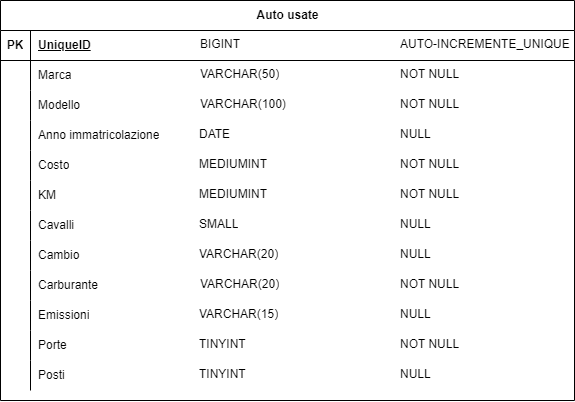
SaraG94/db-first keeps this draw.io diagram as Diagramma senza titolo.drawio.png. Above is the earlier version. Source tidied: cells renumbered, new cells last; positions are measured from the earlier drawing's top-left corner, leaving out a move shared by most shapes. Its diagram source:
```xml
<mxGraphModel>
  <root>
    <mxCell id="0" />
    <mxCell id="1" parent="0" />
    <mxCell id="2" value="Auto usate" style="shape=table;startSize=30;rowLines=0;fontStyle=1;align=center;html=1;" parent="1" vertex="1">
      <mxGeometry width="574" height="400" as="geometry" />
    </mxCell>
    <mxCell id="3" style="shape=tableRow;horizontal=0;startSize=0;swimlaneHead=0;swimlaneBody=0;fillColor=none;top=0;left=0;right=0;bottom=1;" parent="2" vertex="1">
      <mxGeometry y="30" width="574" height="30" as="geometry" />
    </mxCell>
    <mxCell id="4" value="PK" style="shape=partialRectangle;fillColor=none;top=0;left=0;bottom=0;right=0;fontStyle=1;overflow=hidden;whiteSpace=wrap;html=1;" parent="3" vertex="1">
      <mxGeometry width="30" height="30" as="geometry" />
    </mxCell>
    <mxCell id="5" value="UniqueID" style="shape=partialRectangle;fillColor=none;top=0;left=0;bottom=0;right=0;align=left;spacingLeft=6;fontStyle=5;overflow=hidden;whiteSpace=wrap;html=1;" parent="3" vertex="1">
      <mxGeometry x="30" width="544" height="30" as="geometry" />
    </mxCell>
    <mxCell id="6" style="shape=tableRow;horizontal=0;startSize=0;swimlaneHead=0;swimlaneBody=0;fillColor=none;top=0;left=0;right=0;bottom=0;" parent="2" vertex="1">
      <mxGeometry y="60" width="574" height="30" as="geometry" />
    </mxCell>
    <mxCell id="7" style="shape=partialRectangle;fillColor=none;top=0;left=0;bottom=0;right=0;overflow=hidden;whiteSpace=wrap;html=1;" parent="6" vertex="1">
      <mxGeometry width="30" height="30" as="geometry" />
    </mxCell>
    <mxCell id="8" value="Marca" style="shape=partialRectangle;fillColor=none;top=0;left=0;bottom=0;right=0;align=left;spacingLeft=6;overflow=hidden;whiteSpace=wrap;html=1;" parent="6" vertex="1">
      <mxGeometry x="30" width="544" height="30" as="geometry" />
    </mxCell>
    <mxCell id="9" style="shape=tableRow;horizontal=0;startSize=0;swimlaneHead=0;swimlaneBody=0;fillColor=none;top=0;left=0;right=0;bottom=0;" parent="2" vertex="1">
      <mxGeometry y="90" width="574" height="30" as="geometry" />
    </mxCell>
    <mxCell id="10" style="shape=partialRectangle;fillColor=none;top=0;left=0;bottom=0;right=0;overflow=hidden;whiteSpace=wrap;html=1;" parent="9" vertex="1">
      <mxGeometry width="30" height="30" as="geometry" />
    </mxCell>
    <mxCell id="11" value="Modello" style="shape=partialRectangle;fillColor=none;top=0;left=0;bottom=0;right=0;align=left;spacingLeft=6;overflow=hidden;whiteSpace=wrap;html=1;" parent="9" vertex="1">
      <mxGeometry x="30" width="544" height="30" as="geometry" />
    </mxCell>
    <mxCell id="12" style="shape=tableRow;horizontal=0;startSize=0;swimlaneHead=0;swimlaneBody=0;fillColor=none;top=0;left=0;right=0;bottom=0;" parent="2" vertex="1">
      <mxGeometry y="120" width="574" height="30" as="geometry" />
    </mxCell>
    <mxCell id="13" style="shape=partialRectangle;fillColor=none;top=0;left=0;bottom=0;right=0;overflow=hidden;whiteSpace=wrap;html=1;" parent="12" vertex="1">
      <mxGeometry width="30" height="30" as="geometry" />
    </mxCell>
    <mxCell id="14" value="Anno immatricolazione" style="shape=partialRectangle;fillColor=none;top=0;left=0;bottom=0;right=0;align=left;spacingLeft=6;overflow=hidden;whiteSpace=wrap;html=1;" parent="12" vertex="1">
      <mxGeometry x="30" width="544" height="30" as="geometry" />
    </mxCell>
    <mxCell id="15" style="shape=tableRow;horizontal=0;startSize=0;swimlaneHead=0;swimlaneBody=0;fillColor=none;top=0;left=0;right=0;bottom=0;" parent="2" vertex="1">
      <mxGeometry y="150" width="574" height="30" as="geometry" />
    </mxCell>
    <mxCell id="16" style="shape=partialRectangle;fillColor=none;top=0;left=0;bottom=0;right=0;overflow=hidden;whiteSpace=wrap;html=1;" parent="15" vertex="1">
      <mxGeometry width="30" height="30" as="geometry" />
    </mxCell>
    <mxCell id="17" value="Costo" style="shape=partialRectangle;fillColor=none;top=0;left=0;bottom=0;right=0;align=left;spacingLeft=6;overflow=hidden;whiteSpace=wrap;html=1;" parent="15" vertex="1">
      <mxGeometry x="30" width="544" height="30" as="geometry" />
    </mxCell>
    <mxCell id="18" style="shape=tableRow;horizontal=0;startSize=0;swimlaneHead=0;swimlaneBody=0;fillColor=none;top=0;left=0;right=0;bottom=0;" parent="2" vertex="1">
      <mxGeometry y="180" width="574" height="30" as="geometry" />
    </mxCell>
    <mxCell id="19" style="shape=partialRectangle;fillColor=none;top=0;left=0;bottom=0;right=0;overflow=hidden;whiteSpace=wrap;html=1;" parent="18" vertex="1">
      <mxGeometry width="30" height="30" as="geometry" />
    </mxCell>
    <mxCell id="20" value="KM" style="shape=partialRectangle;fillColor=none;top=0;left=0;bottom=0;right=0;align=left;spacingLeft=6;overflow=hidden;whiteSpace=wrap;html=1;" parent="18" vertex="1">
      <mxGeometry x="30" width="544" height="30" as="geometry" />
    </mxCell>
    <mxCell id="21" style="shape=tableRow;horizontal=0;startSize=0;swimlaneHead=0;swimlaneBody=0;fillColor=none;top=0;left=0;right=0;bottom=0;" parent="2" vertex="1">
      <mxGeometry y="210" width="574" height="30" as="geometry" />
    </mxCell>
    <mxCell id="22" style="shape=partialRectangle;fillColor=none;top=0;left=0;bottom=0;right=0;overflow=hidden;whiteSpace=wrap;html=1;" parent="21" vertex="1">
      <mxGeometry width="30" height="30" as="geometry" />
    </mxCell>
    <mxCell id="23" value="Cavalli" style="shape=partialRectangle;fillColor=none;top=0;left=0;bottom=0;right=0;align=left;spacingLeft=6;overflow=hidden;whiteSpace=wrap;html=1;" parent="21" vertex="1">
      <mxGeometry x="30" width="544" height="30" as="geometry" />
    </mxCell>
    <mxCell id="24" style="shape=tableRow;horizontal=0;startSize=0;swimlaneHead=0;swimlaneBody=0;fillColor=none;top=0;left=0;right=0;bottom=0;" parent="2" vertex="1">
      <mxGeometry y="240" width="574" height="30" as="geometry" />
    </mxCell>
    <mxCell id="25" style="shape=partialRectangle;fillColor=none;top=0;left=0;bottom=0;right=0;overflow=hidden;whiteSpace=wrap;html=1;" parent="24" vertex="1">
      <mxGeometry width="30" height="30" as="geometry" />
    </mxCell>
    <mxCell id="26" value="Cambio&amp;nbsp;" style="shape=partialRectangle;fillColor=none;top=0;left=0;bottom=0;right=0;align=left;spacingLeft=6;overflow=hidden;whiteSpace=wrap;html=1;" parent="24" vertex="1">
      <mxGeometry x="30" width="544" height="30" as="geometry" />
    </mxCell>
    <mxCell id="27" style="shape=tableRow;horizontal=0;startSize=0;swimlaneHead=0;swimlaneBody=0;fillColor=none;top=0;left=0;right=0;bottom=0;" parent="2" vertex="1">
      <mxGeometry y="270" width="574" height="30" as="geometry" />
    </mxCell>
    <mxCell id="28" style="shape=partialRectangle;fillColor=none;top=0;left=0;bottom=0;right=0;overflow=hidden;whiteSpace=wrap;html=1;" parent="27" vertex="1">
      <mxGeometry width="30" height="30" as="geometry" />
    </mxCell>
    <mxCell id="29" value="Carburante" style="shape=partialRectangle;fillColor=none;top=0;left=0;bottom=0;right=0;align=left;spacingLeft=6;overflow=hidden;whiteSpace=wrap;html=1;" parent="27" vertex="1">
      <mxGeometry x="30" width="544" height="30" as="geometry" />
    </mxCell>
    <mxCell id="30" style="shape=tableRow;horizontal=0;startSize=0;swimlaneHead=0;swimlaneBody=0;fillColor=none;top=0;left=0;right=0;bottom=0;" parent="2" vertex="1">
      <mxGeometry y="300" width="574" height="30" as="geometry" />
    </mxCell>
    <mxCell id="31" style="shape=partialRectangle;fillColor=none;top=0;left=0;bottom=0;right=0;overflow=hidden;whiteSpace=wrap;html=1;" parent="30" vertex="1">
      <mxGeometry width="30" height="30" as="geometry" />
    </mxCell>
    <mxCell id="32" value="Emissioni" style="shape=partialRectangle;fillColor=none;top=0;left=0;bottom=0;right=0;align=left;spacingLeft=6;overflow=hidden;whiteSpace=wrap;html=1;" parent="30" vertex="1">
      <mxGeometry x="30" width="544" height="30" as="geometry" />
    </mxCell>
    <mxCell id="33" style="shape=tableRow;horizontal=0;startSize=0;swimlaneHead=0;swimlaneBody=0;fillColor=none;top=0;left=0;right=0;bottom=0;" parent="2" vertex="1">
      <mxGeometry y="330" width="574" height="30" as="geometry" />
    </mxCell>
    <mxCell id="34" style="shape=partialRectangle;fillColor=none;top=0;left=0;bottom=0;right=0;overflow=hidden;whiteSpace=wrap;html=1;" parent="33" vertex="1">
      <mxGeometry width="30" height="30" as="geometry" />
    </mxCell>
    <mxCell id="35" value="Porte" style="shape=partialRectangle;fillColor=none;top=0;left=0;bottom=0;right=0;align=left;spacingLeft=6;overflow=hidden;whiteSpace=wrap;html=1;" parent="33" vertex="1">
      <mxGeometry x="30" width="544" height="30" as="geometry" />
    </mxCell>
    <mxCell id="36" style="shape=tableRow;horizontal=0;startSize=0;swimlaneHead=0;swimlaneBody=0;fillColor=none;top=0;left=0;right=0;bottom=0;" parent="2" vertex="1">
      <mxGeometry y="360" width="574" height="30" as="geometry" />
    </mxCell>
    <mxCell id="37" style="shape=partialRectangle;fillColor=none;top=0;left=0;bottom=0;right=0;overflow=hidden;whiteSpace=wrap;html=1;" parent="36" vertex="1">
      <mxGeometry width="30" height="30" as="geometry" />
    </mxCell>
    <mxCell id="38" value="Posti" style="shape=partialRectangle;fillColor=none;top=0;left=0;bottom=0;right=0;align=left;spacingLeft=6;overflow=hidden;whiteSpace=wrap;html=1;" parent="36" vertex="1">
      <mxGeometry x="30" width="544" height="30" as="geometry" />
    </mxCell>
    <mxCell id="39" value="BIGINT" style="text;strokeColor=none;fillColor=none;spacingLeft=4;spacingRight=4;overflow=hidden;fontSize=12;whiteSpace=wrap;html=1;" parent="1" vertex="1">
      <mxGeometry x="194" y="30" width="160" height="30" as="geometry" />
    </mxCell>
    <mxCell id="40" value="VARCHAR(50)" style="text;strokeColor=none;fillColor=none;spacingLeft=4;spacingRight=4;overflow=hidden;fontSize=12;whiteSpace=wrap;html=1;" parent="1" vertex="1">
      <mxGeometry x="194" y="60" width="160" height="30" as="geometry" />
    </mxCell>
    <mxCell id="41" value="VARCHAR(100)" style="text;strokeColor=none;fillColor=none;spacingLeft=4;spacingRight=4;overflow=hidden;fontSize=12;whiteSpace=wrap;html=1;" parent="1" vertex="1">
      <mxGeometry x="194" y="90" width="160" height="30" as="geometry" />
    </mxCell>
    <mxCell id="42" value="DATE" style="text;strokeColor=none;fillColor=none;spacingLeft=4;spacingRight=4;overflow=hidden;fontSize=12;whiteSpace=wrap;html=1;" parent="1" vertex="1">
      <mxGeometry x="193" y="120" width="160" height="30" as="geometry" />
    </mxCell>
    <mxCell id="43" value="MEDIUMINT" style="text;strokeColor=none;fillColor=none;spacingLeft=4;spacingRight=4;overflow=hidden;fontSize=12;whiteSpace=wrap;html=1;" parent="1" vertex="1">
      <mxGeometry x="193" y="150" width="160" height="30" as="geometry" />
    </mxCell>
    <mxCell id="44" value="MEDIUMINT" style="text;strokeColor=none;fillColor=none;spacingLeft=4;spacingRight=4;overflow=hidden;fontSize=12;whiteSpace=wrap;html=1;" parent="1" vertex="1">
      <mxGeometry x="193" y="180" width="160" height="30" as="geometry" />
    </mxCell>
    <mxCell id="45" value="SMALL" style="text;strokeColor=none;fillColor=none;spacingLeft=4;spacingRight=4;overflow=hidden;fontSize=12;whiteSpace=wrap;html=1;" parent="1" vertex="1">
      <mxGeometry x="193" y="210" width="160" height="30" as="geometry" />
    </mxCell>
    <mxCell id="46" value="VARCHAR(20)" style="text;strokeColor=none;fillColor=none;spacingLeft=4;spacingRight=4;overflow=hidden;fontSize=12;whiteSpace=wrap;html=1;" parent="1" vertex="1">
      <mxGeometry x="193" y="240" width="160" height="30" as="geometry" />
    </mxCell>
    <mxCell id="47" value="VARCHAR(20)" style="text;strokeColor=none;fillColor=none;spacingLeft=4;spacingRight=4;overflow=hidden;fontSize=12;whiteSpace=wrap;html=1;" parent="1" vertex="1">
      <mxGeometry x="194" y="270" width="160" height="30" as="geometry" />
    </mxCell>
    <mxCell id="48" value="VARCHAR(15)" style="text;strokeColor=none;fillColor=none;spacingLeft=4;spacingRight=4;overflow=hidden;fontSize=12;whiteSpace=wrap;html=1;" parent="1" vertex="1">
      <mxGeometry x="193" y="300" width="160" height="30" as="geometry" />
    </mxCell>
    <mxCell id="49" value="TINYINT" style="text;strokeColor=none;fillColor=none;spacingLeft=4;spacingRight=4;overflow=hidden;fontSize=12;whiteSpace=wrap;html=1;" parent="1" vertex="1">
      <mxGeometry x="193" y="330" width="160" height="30" as="geometry" />
    </mxCell>
    <mxCell id="50" value="TINYINT" style="text;strokeColor=none;fillColor=none;spacingLeft=4;spacingRight=4;overflow=hidden;fontSize=12;whiteSpace=wrap;html=1;" parent="1" vertex="1">
      <mxGeometry x="193" y="360" width="160" height="30" as="geometry" />
    </mxCell>
    <mxCell id="51" value="AUTO-INCREMENTE_UNIQUE" style="text;strokeColor=none;fillColor=none;spacingLeft=4;spacingRight=4;overflow=hidden;fontSize=12;whiteSpace=wrap;html=1;" parent="1" vertex="1">
      <mxGeometry x="394" y="30" width="180" height="30" as="geometry" />
    </mxCell>
    <mxCell id="52" value="NOT NULL" style="text;strokeColor=none;fillColor=none;spacingLeft=4;spacingRight=4;overflow=hidden;fontSize=12;whiteSpace=wrap;html=1;" parent="1" vertex="1">
      <mxGeometry x="394" y="60" width="180" height="30" as="geometry" />
    </mxCell>
    <mxCell id="53" value="NOT NULL" style="text;strokeColor=none;fillColor=none;spacingLeft=4;spacingRight=4;overflow=hidden;fontSize=12;whiteSpace=wrap;html=1;" parent="1" vertex="1">
      <mxGeometry x="394" y="90" width="180" height="30" as="geometry" />
    </mxCell>
    <mxCell id="54" value="NULL" style="text;strokeColor=none;fillColor=none;spacingLeft=4;spacingRight=4;overflow=hidden;fontSize=12;whiteSpace=wrap;html=1;" parent="1" vertex="1">
      <mxGeometry x="394" y="120" width="180" height="30" as="geometry" />
    </mxCell>
    <mxCell id="55" value="NOT NULL" style="text;strokeColor=none;fillColor=none;spacingLeft=4;spacingRight=4;overflow=hidden;fontSize=12;whiteSpace=wrap;html=1;" parent="1" vertex="1">
      <mxGeometry x="394" y="150" width="180" height="30" as="geometry" />
    </mxCell>
    <mxCell id="56" value="NOT NULL" style="text;strokeColor=none;fillColor=none;spacingLeft=4;spacingRight=4;overflow=hidden;fontSize=12;whiteSpace=wrap;html=1;" parent="1" vertex="1">
      <mxGeometry x="394" y="180" width="180" height="30" as="geometry" />
    </mxCell>
    <mxCell id="57" value="NULL" style="text;strokeColor=none;fillColor=none;spacingLeft=4;spacingRight=4;overflow=hidden;fontSize=12;whiteSpace=wrap;html=1;" parent="1" vertex="1">
      <mxGeometry x="394" y="210" width="180" height="30" as="geometry" />
    </mxCell>
    <mxCell id="58" value="NULL" style="text;strokeColor=none;fillColor=none;spacingLeft=4;spacingRight=4;overflow=hidden;fontSize=12;whiteSpace=wrap;html=1;" parent="1" vertex="1">
      <mxGeometry x="394" y="240" width="180" height="30" as="geometry" />
    </mxCell>
    <mxCell id="59" value="NOT NULL" style="text;strokeColor=none;fillColor=none;spacingLeft=4;spacingRight=4;overflow=hidden;fontSize=12;whiteSpace=wrap;html=1;" parent="1" vertex="1">
      <mxGeometry x="394" y="270" width="180" height="30" as="geometry" />
    </mxCell>
    <mxCell id="60" value="NULL" style="text;strokeColor=none;fillColor=none;spacingLeft=4;spacingRight=4;overflow=hidden;fontSize=12;whiteSpace=wrap;html=1;" parent="1" vertex="1">
      <mxGeometry x="394" y="300" width="180" height="30" as="geometry" />
    </mxCell>
    <mxCell id="61" value="NOT NULL" style="text;strokeColor=none;fillColor=none;spacingLeft=4;spacingRight=4;overflow=hidden;fontSize=12;whiteSpace=wrap;html=1;" parent="1" vertex="1">
      <mxGeometry x="394" y="330" width="180" height="30" as="geometry" />
    </mxCell>
    <mxCell id="62" value="NULL" style="text;strokeColor=none;fillColor=none;spacingLeft=4;spacingRight=4;overflow=hidden;fontSize=12;whiteSpace=wrap;html=1;" parent="1" vertex="1">
      <mxGeometry x="394" y="360" width="180" height="30" as="geometry" />
    </mxCell>
  </root>
</mxGraphModel>
```
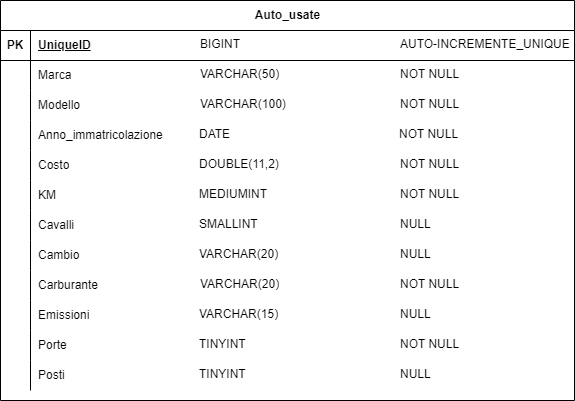
The same diagram one commit later.

Commit message:
FIX name col. + costo double()

Change to the diagram source:
```diff
@@ -2,7 +2,7 @@
   <root>
     <mxCell id="0" />
     <mxCell id="1" parent="0" />
-    <mxCell id="2" value="Auto usate" style="shape=table;startSize=30;rowLines=0;fontStyle=1;align=center;html=1;" parent="1" vertex="1">
+    <mxCell id="2" value="Auto_usate" style="shape=table;startSize=30;rowLines=0;fontStyle=1;align=center;html=1;" parent="1" vertex="1">
       <mxGeometry width="574" height="400" as="geometry" />
     </mxCell>
     <mxCell id="3" style="shape=tableRow;horizontal=0;startSize=0;swimlaneHead=0;swimlaneBody=0;fillColor=none;top=0;left=0;right=0;bottom=1;" parent="2" vertex="1">
@@ -38,7 +38,7 @@
     <mxCell id="13" style="shape=partialRectangle;fillColor=none;top=0;left=0;bottom=0;right=0;overflow=hidden;whiteSpace=wrap;html=1;" parent="12" vertex="1">
       <mxGeometry width="30" height="30" as="geometry" />
     </mxCell>
-    <mxCell id="14" value="Anno immatricolazione" style="shape=partialRectangle;fillColor=none;top=0;left=0;bottom=0;right=0;align=left;spacingLeft=6;overflow=hidden;whiteSpace=wrap;html=1;" parent="12" vertex="1">
+    <mxCell id="14" value="Anno_immatricolazione" style="shape=partialRectangle;fillColor=none;top=0;left=0;bottom=0;right=0;align=left;spacingLeft=6;overflow=hidden;whiteSpace=wrap;html=1;" parent="12" vertex="1">
       <mxGeometry x="30" width="544" height="30" as="geometry" />
     </mxCell>
     <mxCell id="15" style="shape=tableRow;horizontal=0;startSize=0;swimlaneHead=0;swimlaneBody=0;fillColor=none;top=0;left=0;right=0;bottom=0;" parent="2" vertex="1">
@@ -125,13 +125,13 @@
     <mxCell id="42" value="DATE" style="text;strokeColor=none;fillColor=none;spacingLeft=4;spacingRight=4;overflow=hidden;fontSize=12;whiteSpace=wrap;html=1;" parent="1" vertex="1">
       <mxGeometry x="193" y="120" width="160" height="30" as="geometry" />
     </mxCell>
-    <mxCell id="43" value="MEDIUMINT" style="text;strokeColor=none;fillColor=none;spacingLeft=4;spacingRight=4;overflow=hidden;fontSize=12;whiteSpace=wrap;html=1;" parent="1" vertex="1">
+    <mxCell id="43" value="DOUBLE(11,2)" style="text;strokeColor=none;fillColor=none;spacingLeft=4;spacingRight=4;overflow=hidden;fontSize=12;whiteSpace=wrap;html=1;" parent="1" vertex="1">
       <mxGeometry x="193" y="150" width="160" height="30" as="geometry" />
     </mxCell>
     <mxCell id="44" value="MEDIUMINT" style="text;strokeColor=none;fillColor=none;spacingLeft=4;spacingRight=4;overflow=hidden;fontSize=12;whiteSpace=wrap;html=1;" parent="1" vertex="1">
       <mxGeometry x="193" y="180" width="160" height="30" as="geometry" />
     </mxCell>
-    <mxCell id="45" value="SMALL" style="text;strokeColor=none;fillColor=none;spacingLeft=4;spacingRight=4;overflow=hidden;fontSize=12;whiteSpace=wrap;html=1;" parent="1" vertex="1">
+    <mxCell id="45" value="SMALLINT" style="text;strokeColor=none;fillColor=none;spacingLeft=4;spacingRight=4;overflow=hidden;fontSize=12;whiteSpace=wrap;html=1;" parent="1" vertex="1">
       <mxGeometry x="193" y="210" width="160" height="30" as="geometry" />
     </mxCell>
     <mxCell id="46" value="VARCHAR(20)" style="text;strokeColor=none;fillColor=none;spacingLeft=4;spacingRight=4;overflow=hidden;fontSize=12;whiteSpace=wrap;html=1;" parent="1" vertex="1">
@@ -158,8 +158,8 @@
     <mxCell id="53" value="NOT NULL" style="text;strokeColor=none;fillColor=none;spacingLeft=4;spacingRight=4;overflow=hidden;fontSize=12;whiteSpace=wrap;html=1;" parent="1" vertex="1">
       <mxGeometry x="394" y="90" width="180" height="30" as="geometry" />
     </mxCell>
-    <mxCell id="54" value="NULL" style="text;strokeColor=none;fillColor=none;spacingLeft=4;spacingRight=4;overflow=hidden;fontSize=12;whiteSpace=wrap;html=1;" parent="1" vertex="1">
-      <mxGeometry x="394" y="120" width="180" height="30" as="geometry" />
+    <mxCell id="54" value="NOT NULL" style="text;strokeColor=none;fillColor=none;spacingLeft=4;spacingRight=4;overflow=hidden;fontSize=12;whiteSpace=wrap;html=1;" parent="1" vertex="1">
+      <mxGeometry x="393" y="120" width="180" height="30" as="geometry" />
     </mxCell>
     <mxCell id="55" value="NOT NULL" style="text;strokeColor=none;fillColor=none;spacingLeft=4;spacingRight=4;overflow=hidden;fontSize=12;whiteSpace=wrap;html=1;" parent="1" vertex="1">
       <mxGeometry x="394" y="150" width="180" height="30" as="geometry" />
```
